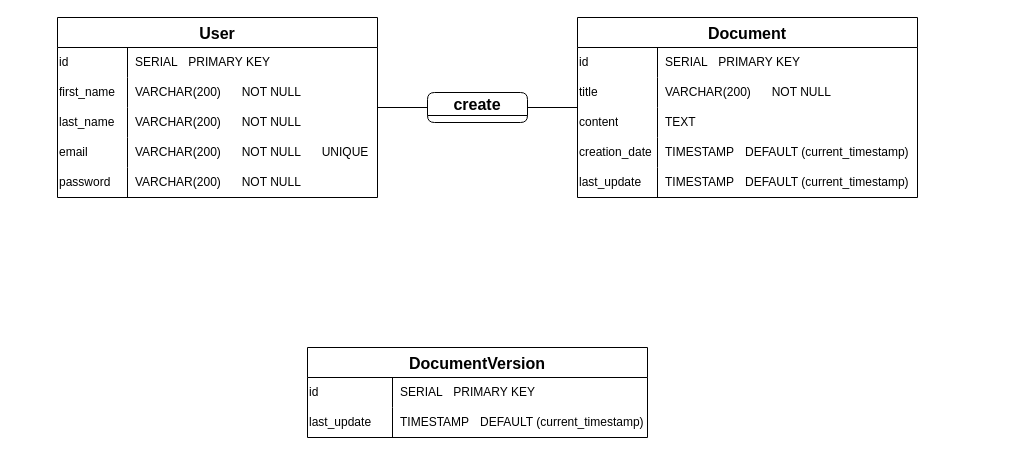
This is docs/MCD.drawio from mampiononavoahary/Backend-MGT2-1, a draw.io file, before an edit. Source tidied: cells renumbered, new cells numbered last; positions are measured from the earlier drawing's top-left corner, leaving out a move shared by most shapes. Both pictures are drawn from the tidied source at 100%, with x=0, y=0 at pixel (57, 17).
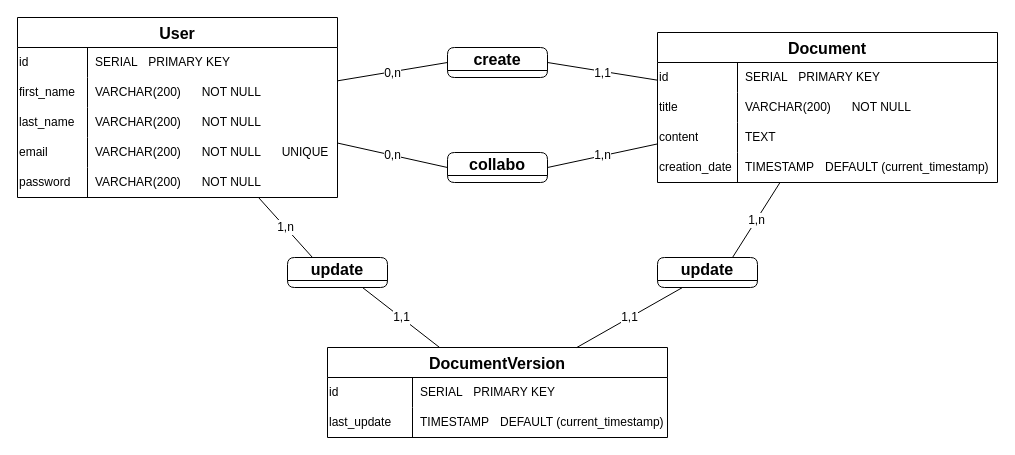
The same page after the edit.

Commit message (it also covers changes not shown here):
feat: finish mcd

Change to the diagram source:
```diff
@@
-<mxGraphModel>
+<mxGraphModel background="#ffffff">
@@
     <mxCell id="2" value="User" style="shape=table;startSize=30;childLayout=tableLayout;rowLines=0;fontStyle=1;fontSize=16;" parent="1" vertex="1">
-      <mxGeometry width="320" height="180" as="geometry" />
+      <mxGeometry x="-40" width="320" height="180" as="geometry" />
     </mxCell>
@@
     <mxCell id="18" value="Document" style="shape=table;startSize=30;childLayout=tableLayout;rowLines=0;fontStyle=1;fontSize=16;" parent="1" vertex="1">
-      <mxGeometry x="520" width="340" height="180" as="geometry" />
+      <mxGeometry x="600" y="15" width="340" height="150" as="geometry" />
     </mxCell>
@@
-    <mxCell id="31" style="shape=tableRow;horizontal=0;startSize=0;swimlaneHead=0;swimlaneBody=0;top=0;left=0;bottom=0;right=0;fillColor=none;" parent="18" vertex="1">
-      <mxGeometry y="150" width="340" height="30" as="geometry" />
-    </mxCell>
-    <mxCell id="32" value="last_update" style="shape=partialRectangle;html=1;whiteSpace=wrap;fillColor=none;top=0;left=0;bottom=0;right=0;overflow=hidden;align=left;" parent="31" vertex="1">
-      <mxGeometry width="80" height="30" as="geometry" />
-    </mxCell>
-    <mxCell id="33" value="TIMESTAMP&lt;span style=&quot;white-space: pre;&quot;&gt;&#9;&lt;/span&gt;DEFAULT (current_timestamp)" style="shape=partialRectangle;html=1;whiteSpace=wrap;fillColor=none;top=0;left=0;bottom=0;right=0;align=left;spacingLeft=6;overflow=hidden;" parent="31" vertex="1">
-      <mxGeometry x="80" width="260" height="30" as="geometry" />
-    </mxCell>
-    <mxCell id="34" style="edgeStyle=none;html=1;exitX=0;exitY=0.5;exitDx=0;exitDy=0;fontSize=16;startArrow=none;startFill=0;endArrow=none;endFill=0;" parent="1" edge="1" source="36" target="2">
+    <mxCell id="34" value="&lt;font style=&quot;font-size: 12px;&quot;&gt;0,n&lt;/font&gt;" style="edgeStyle=none;html=1;exitX=0;exitY=0.5;exitDx=0;exitDy=0;fontSize=16;startArrow=none;startFill=0;endArrow=none;endFill=0;" parent="1" edge="1" source="36" target="2">
       <mxGeometry relative="1" as="geometry" />
     </mxCell>
-    <mxCell id="35" style="edgeStyle=none;html=1;exitX=1;exitY=0.5;exitDx=0;exitDy=0;fontSize=16;endArrow=none;endFill=0;" parent="1" edge="1" source="36" target="18">
+    <mxCell id="35" value="&lt;font style=&quot;font-size: 12px;&quot;&gt;1,1&lt;/font&gt;" style="edgeStyle=none;html=1;exitX=1;exitY=0.5;exitDx=0;exitDy=0;fontSize=16;endArrow=none;endFill=0;" parent="1" edge="1" source="36" target="18">
       <mxGeometry relative="1" as="geometry" />
     </mxCell>
     <mxCell id="36" value="create" style="swimlane;whiteSpace=wrap;html=1;fontSize=16;rounded=1;" parent="1" vertex="1">
-      <mxGeometry x="370" y="75" width="100" height="30" as="geometry" />
+      <mxGeometry x="390" y="30" width="100" height="30" as="geometry" />
     </mxCell>
     <mxCell id="37" value="DocumentVersion" style="shape=table;startSize=30;childLayout=tableLayout;rowLines=0;fontStyle=1;fontSize=16;" parent="1" vertex="1">
-      <mxGeometry x="250" y="330" width="340" height="90" as="geometry" />
+      <mxGeometry x="270" y="330" width="340" height="90" as="geometry" />
     </mxCell>
@@
+    <mxCell id="44" value="1,n" style="edgeStyle=none;html=1;exitX=0.75;exitY=0;exitDx=0;exitDy=0;fontSize=12;endArrow=none;endFill=0;" parent="1" edge="1" source="46" target="18">
+      <mxGeometry relative="1" as="geometry" />
+    </mxCell>
+    <mxCell id="45" value="1,1" style="edgeStyle=none;html=1;exitX=0.25;exitY=1;exitDx=0;exitDy=0;fontSize=12;endArrow=none;endFill=0;" parent="1" edge="1" source="46" target="37">
+      <mxGeometry relative="1" as="geometry" />
+    </mxCell>
+    <mxCell id="46" value="update" style="swimlane;whiteSpace=wrap;html=1;fontSize=16;rounded=1;" parent="1" vertex="1">
+      <mxGeometry x="600" y="240" width="100" height="30" as="geometry" />
+    </mxCell>
+    <mxCell id="47" value="0,n" style="edgeStyle=none;html=1;exitX=0;exitY=0.5;exitDx=0;exitDy=0;fontSize=12;endArrow=none;endFill=0;" parent="1" edge="1" source="49" target="2">
+      <mxGeometry relative="1" as="geometry" />
+    </mxCell>
+    <mxCell id="48" value="1,n" style="edgeStyle=none;html=1;exitX=1;exitY=0.5;exitDx=0;exitDy=0;fontSize=12;endArrow=none;endFill=0;" parent="1" edge="1" source="49" target="18">
+      <mxGeometry relative="1" as="geometry" />
+    </mxCell>
+    <mxCell id="49" value="collabo" style="swimlane;whiteSpace=wrap;html=1;fontSize=16;rounded=1;" parent="1" vertex="1">
+      <mxGeometry x="390" y="135" width="100" height="30" as="geometry" />
+    </mxCell>
+    <mxCell id="50" value="1,n" style="edgeStyle=none;html=1;exitX=0.25;exitY=0;exitDx=0;exitDy=0;fontSize=12;endArrow=none;endFill=0;" parent="1" edge="1" source="52" target="2">
+      <mxGeometry relative="1" as="geometry" />
+    </mxCell>
+    <mxCell id="51" value="1,1" style="edgeStyle=none;html=1;exitX=0.75;exitY=1;exitDx=0;exitDy=0;fontSize=12;endArrow=none;endFill=0;" parent="1" edge="1" source="52" target="37">
+      <mxGeometry relative="1" as="geometry" />
+    </mxCell>
+    <mxCell id="52" value="update" style="swimlane;whiteSpace=wrap;html=1;fontSize=16;rounded=1;" parent="1" vertex="1">
+      <mxGeometry x="230" y="240" width="100" height="30" as="geometry" />
+    </mxCell>
```
